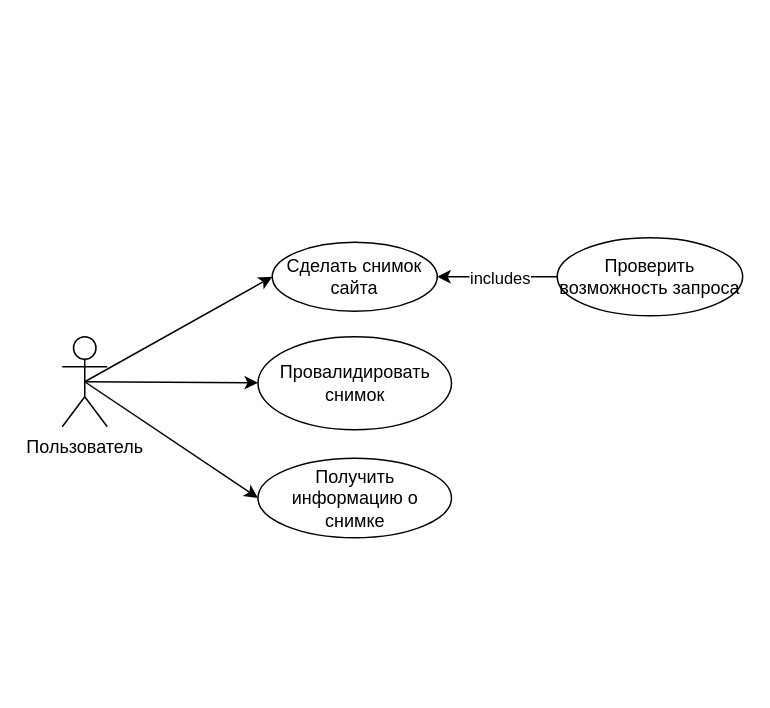
Maks113/otus-microservice-arch keeps this draw.io diagram as page "Use Case" (3 of 5) of course-work/docs/diagrams.drawio. Above is the earlier version. Source tidied: cells renumbered, new cells numbered last; positions are measured from the earlier drawing's top-left corner, leaving out a move shared by most shapes. Both pictures are drawn from the tidied source at 150%, with x=0, y=0 at pixel (62, 237).
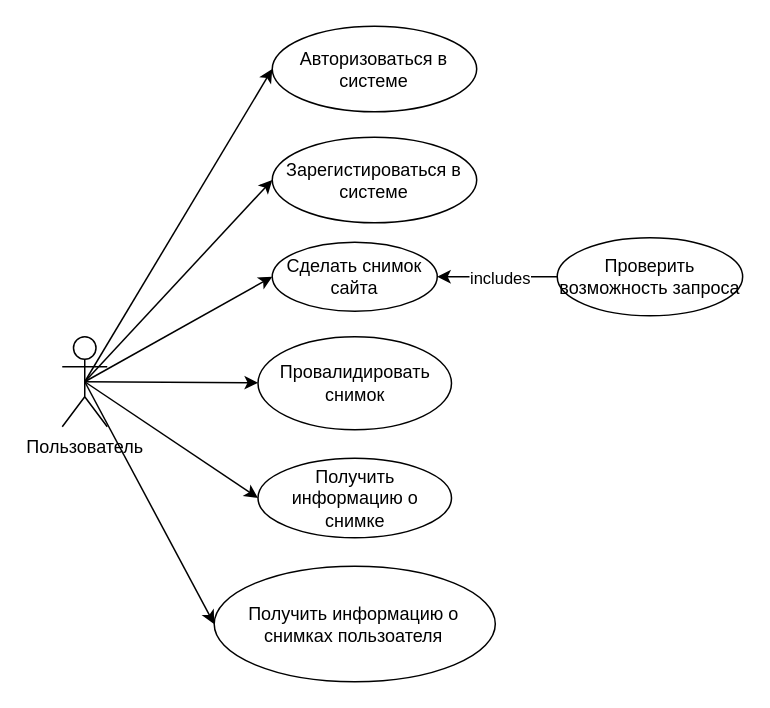
The same page after the edit.

The edit, as a diff of the source:
```diff
@@
 <mxGraphModel>
   <root>
     <mxCell id="0" />
     <mxCell id="1" parent="0" />
     <mxCell id="2" style="rounded=0;jettySize=auto;html=1;exitX=0.5;exitY=0.5;exitDx=0;exitDy=0;exitPerimeter=0;entryX=0;entryY=0.5;entryDx=0;entryDy=0;" parent="1" edge="1" source="5" target="6">
       <mxGeometry relative="1" as="geometry" />
     </mxCell>
     <mxCell id="3" style="rounded=0;jettySize=auto;html=1;exitX=0.5;exitY=0.5;exitDx=0;exitDy=0;exitPerimeter=0;" parent="1" edge="1" source="5" target="10">
       <mxGeometry relative="1" as="geometry" />
     </mxCell>
     <mxCell id="4" style="rounded=0;jettySize=auto;html=1;exitX=0.5;exitY=0.5;exitDx=0;exitDy=0;exitPerimeter=0;entryX=0;entryY=0.5;entryDx=0;entryDy=0;" parent="1" edge="1" source="5" target="11">
       <mxGeometry relative="1" as="geometry" />
     </mxCell>
+    <mxCell id="12" style="rounded=0;jettySize=auto;html=1;exitX=0.5;exitY=0.5;exitDx=0;exitDy=0;exitPerimeter=0;entryX=0;entryY=0.5;entryDx=0;entryDy=0;" parent="1" edge="1" source="5" target="16">
+      <mxGeometry relative="1" as="geometry" />
+    </mxCell>
+    <mxCell id="13" style="rounded=0;jettySize=auto;html=1;exitX=0.5;exitY=0.5;exitDx=0;exitDy=0;exitPerimeter=0;entryX=0;entryY=0.5;entryDx=0;entryDy=0;" parent="1" edge="1" source="5" target="17">
+      <mxGeometry relative="1" as="geometry" />
+    </mxCell>
     <mxCell id="5" value="Пользователь" style="shape=umlActor;verticalLabelPosition=bottom;verticalAlign=top;html=1;" parent="1" vertex="1">
       <mxGeometry y="66" width="30" height="60" as="geometry" />
     </mxCell>
     <mxCell id="6" value="Сделать снимок сайта" style="ellipse;html=1;whiteSpace=wrap;" parent="1" vertex="1">
       <mxGeometry x="140" y="3" width="110" height="46" as="geometry" />
     </mxCell>
     <mxCell id="7" style="edgeStyle=orthogonalEdgeStyle;rounded=0;jettySize=auto;html=1;" parent="1" edge="1" source="9" target="6">
       <mxGeometry relative="1" as="geometry" />
     </mxCell>
     <mxCell id="8" value="includes" style="edgeLabel;html=1;align=center;verticalAlign=middle;" parent="7" vertex="1">
       <mxGeometry x="0.28" y="1" relative="1" as="geometry">
         <mxPoint x="12" y="-1" as="offset" />
       </mxGeometry>
     </mxCell>
     <mxCell id="9" value="Проверить возможность запроса" style="ellipse;html=1;whiteSpace=wrap;" parent="1" vertex="1">
       <mxGeometry x="330" width="123.6" height="52" as="geometry" />
     </mxCell>
     <mxCell id="10" value="Провалидировать снимок" style="ellipse;html=1;whiteSpace=wrap;" parent="1" vertex="1">
       <mxGeometry x="130.5" y="66" width="129" height="62" as="geometry" />
     </mxCell>
     <mxCell id="11" value="Получить информацию о снимке" style="ellipse;html=1;whiteSpace=wrap;" parent="1" vertex="1">
       <mxGeometry x="130.5" y="147" width="129" height="53" as="geometry" />
     </mxCell>
+    <mxCell id="14" value="Получить информацию о снимках пользоателя" style="ellipse;html=1;whiteSpace=wrap;" parent="1" vertex="1">
+      <mxGeometry x="101.3" y="219" width="187.4" height="77" as="geometry" />
+    </mxCell>
+    <mxCell id="15" style="rounded=0;jettySize=auto;html=1;exitX=0.5;exitY=0.5;exitDx=0;exitDy=0;exitPerimeter=0;entryX=0;entryY=0.5;entryDx=0;entryDy=0;" parent="1" edge="1" source="5" target="14">
+      <mxGeometry relative="1" as="geometry" />
+    </mxCell>
+    <mxCell id="16" value="Зарегистироваться в системе" style="ellipse;html=1;whiteSpace=wrap;" parent="1" vertex="1">
+      <mxGeometry x="140" y="-67" width="136.3" height="57" as="geometry" />
+    </mxCell>
+    <mxCell id="17" value="Авторизоваться в системе" style="ellipse;html=1;whiteSpace=wrap;" parent="1" vertex="1">
+      <mxGeometry x="140" y="-141" width="136.3" height="57" as="geometry" />
+    </mxCell>
   </root>
 </mxGraphModel>
```
